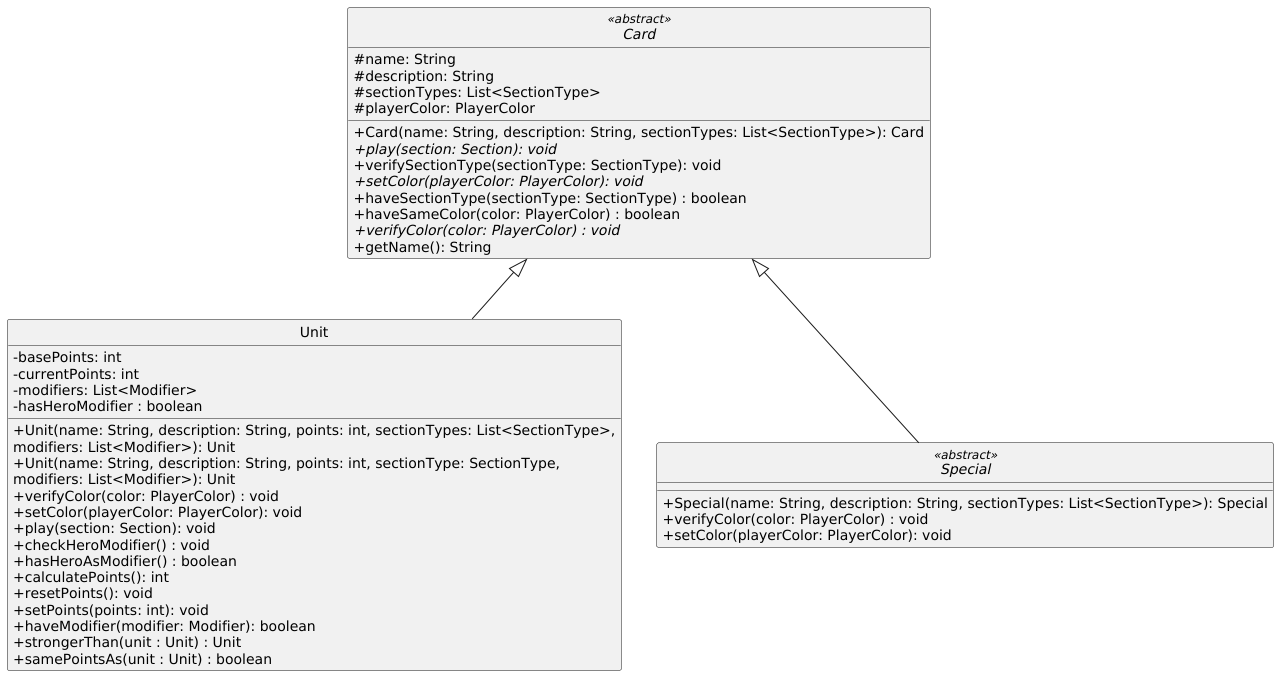
This is diagrams/classes/cards.png from Yonhir/algo3_proyecto_base_tp2, a PlantUML export, as it was before one commit.
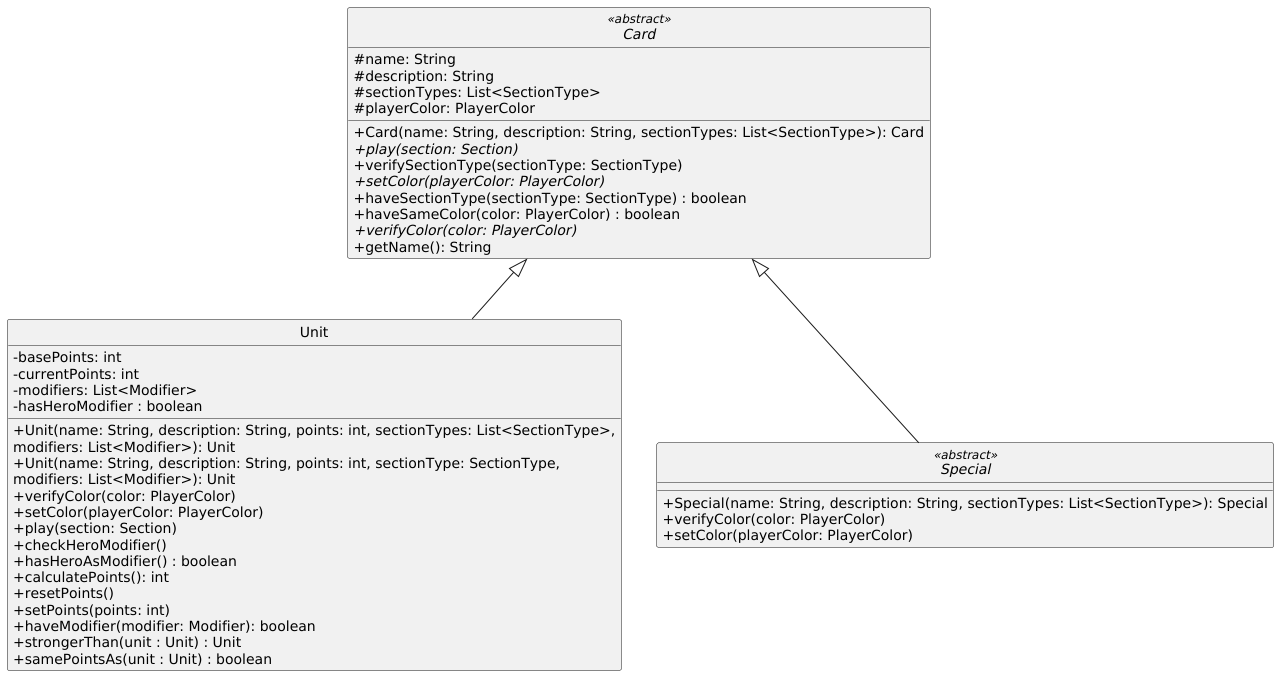
Above is the later version.

Commit message:
saco los :void

Diff of the diagram source:
```diff
@@ -11,12 +11,12 @@
   #sectionTypes: List<SectionType>
   #playerColor: PlayerColor
   +Card(name: String, description: String, sectionTypes: List<SectionType>): Card
-  +{abstract}play(section: Section): void
-  +verifySectionType(sectionType: SectionType): void
-  +{abstract}setColor(playerColor: PlayerColor): void
+  +{abstract}play(section: Section)
+  +verifySectionType(sectionType: SectionType)
+  +{abstract}setColor(playerColor: PlayerColor)
   +haveSectionType(sectionType: SectionType) : boolean
   +haveSameColor(color: PlayerColor) : boolean
-  +{abstract}verifyColor(color: PlayerColor) : void
+  +{abstract}verifyColor(color: PlayerColor)
   +getName(): String
 }
 
@@ -29,14 +29,14 @@
   modifiers: List<Modifier>): Unit
   +Unit(name: String, description: String, points: int, sectionType: SectionType,
   modifiers: List<Modifier>): Unit
-  +verifyColor(color: PlayerColor) : void
-  +setColor(playerColor: PlayerColor): void
-  +play(section: Section): void
-  +checkHeroModifier() : void
+  +verifyColor(color: PlayerColor)
+  +setColor(playerColor: PlayerColor)
+  +play(section: Section)
+  +checkHeroModifier()
   +hasHeroAsModifier() : boolean
   +calculatePoints(): int
-  +resetPoints(): void
-  +setPoints(points: int): void
+  +resetPoints()
+  +setPoints(points: int)
   +haveModifier(modifier: Modifier): boolean
   +strongerThan(unit : Unit) : Unit
   +samePointsAs(unit : Unit) : boolean
@@ -44,8 +44,8 @@
 
 abstract class Special <<abstract>> {
   +Special(name: String, description: String, sectionTypes: List<SectionType>): Special
-  +verifyColor(color: PlayerColor) : void
-  +setColor(playerColor: PlayerColor): void
+  +verifyColor(color: PlayerColor)
+  +setColor(playerColor: PlayerColor)
 }
 
 
```
